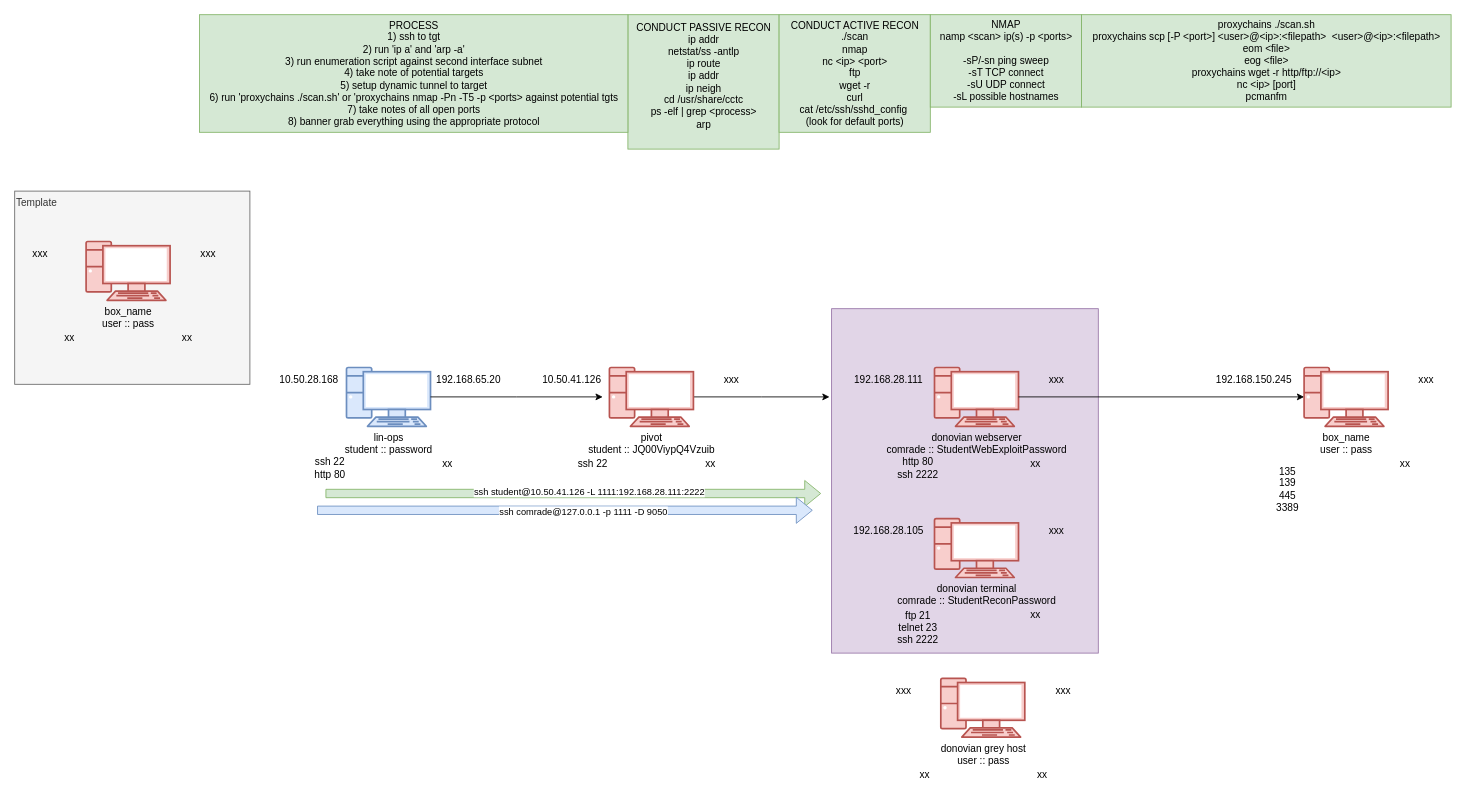
The draw.io diagram CCTC/SEC/Day_6/Exploit/Exploit.drawio in wifi96h/new, before the edit. Source tidied: cells renumbered, new cells numbered last; positions are measured from the earlier drawing's top-left corner, leaving out a move shared by most shapes. Both pictures are drawn from the tidied source at 84%, with x=0, y=0 at pixel (14, 14).
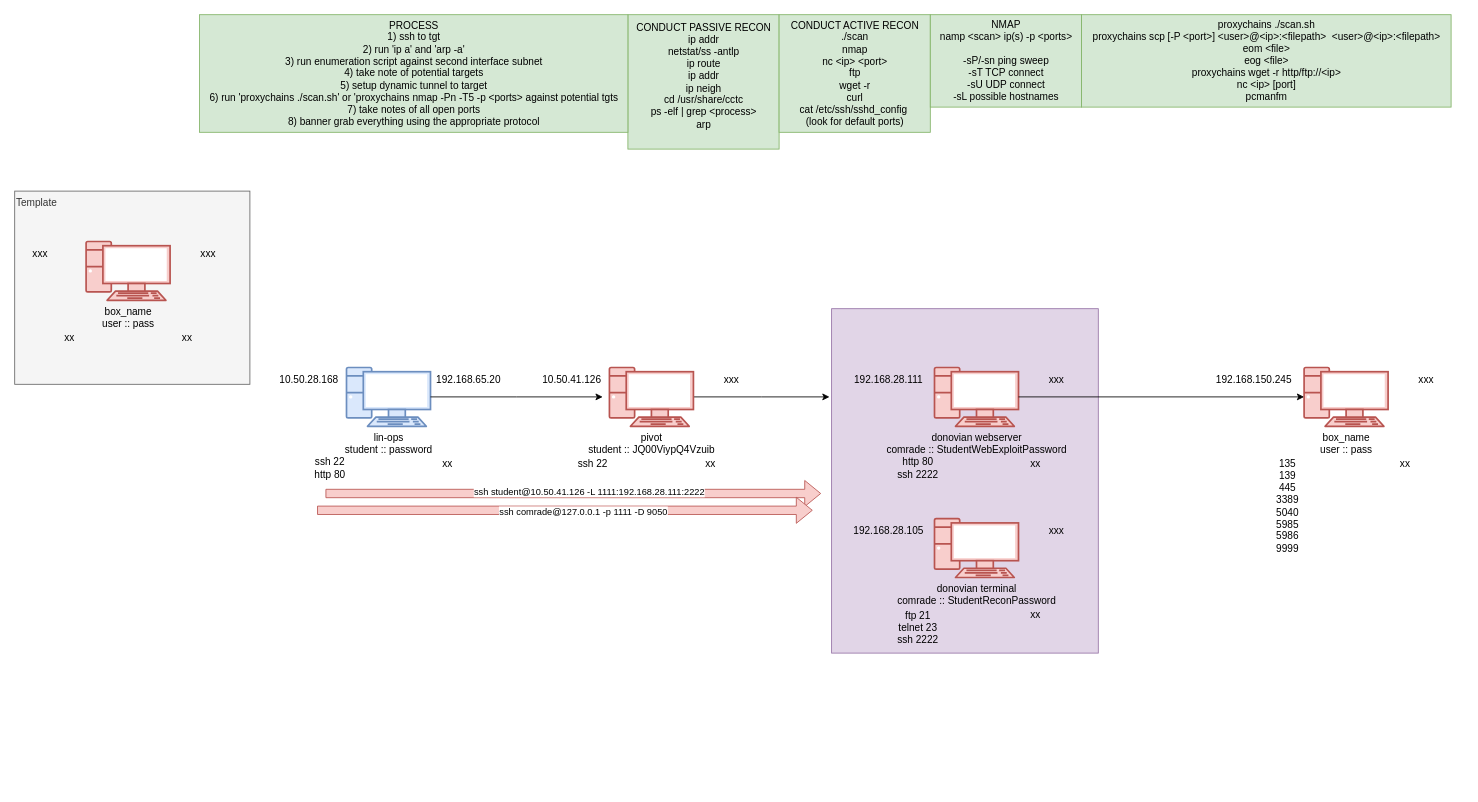
Above is the later version.

Change to the diagram source:
```diff
@@
-    <mxCell id="31" style="group;" parent="1" vertex="1">
-      <mxGeometry x="1067.5" y="770" width="225" height="150" as="geometry" />
-    </mxCell>
-    <mxCell id="32" style="group;" parent="31" vertex="1">
-      <mxGeometry y="20" width="225" height="130" as="geometry" />
-    </mxCell>
-    <mxCell id="33" value="&lt;div&gt;donovian grey host&lt;/div&gt;&lt;div&gt;user :: pass&lt;/div&gt;" style="verticalAlign=top;verticalLabelPosition=bottom;labelPosition=center;align=center;html=1;fillColor=#f8cecc;strokeColor=#b85450;gradientDirection=north;strokeWidth=2;shape=mxgraph.networks.pc;" parent="32" vertex="1">
-      <mxGeometry x="35" width="100" height="70" as="geometry" />
-    </mxCell>
-    <mxCell id="34" value="xx" style="text;html=1;align=center;verticalAlign=middle;strokeColor=none;fillColor=none;" parent="32" vertex="1">
-      <mxGeometry x="-5" y="100" width="40" height="30" as="geometry" />
-    </mxCell>
-    <mxCell id="35" value="xxx" style="text;html=1;align=center;verticalAlign=middle;strokeColor=none;fillColor=none;" parent="32" vertex="1">
-      <mxGeometry x="160" width="40" height="30" as="geometry" />
-    </mxCell>
-    <mxCell id="36" value="xxx" style="text;html=1;align=center;verticalAlign=middle;strokeColor=none;fillColor=none;" parent="32" vertex="1">
-      <mxGeometry x="-30" width="40" height="30" as="geometry" />
-    </mxCell>
-    <mxCell id="37" value="xx" style="text;html=1;align=center;verticalAlign=middle;strokeColor=none;fillColor=none;" parent="32" vertex="1">
-      <mxGeometry x="135" y="100" width="40" height="30" as="geometry" />
-    </mxCell>
@@
     <mxCell id="39" style="group;" parent="1" vertex="1">
-      <mxGeometry x="1420" y="400" width="305" height="170" as="geometry" />
+      <mxGeometry x="1420" y="400" width="305" height="230" as="geometry" />
     </mxCell>
     <mxCell id="40" style="group;" parent="39" vertex="1">
-      <mxGeometry x="80" width="225" height="170" as="geometry" />
+      <mxGeometry x="80" width="225" height="230" as="geometry" />
     </mxCell>
     <mxCell id="41" style="group;" parent="40" vertex="1">
-      <mxGeometry y="20" width="225" height="150" as="geometry" />
+      <mxGeometry y="20" width="225" height="210" as="geometry" />
     </mxCell>
@@
-    <mxCell id="43" value="135&lt;div&gt;139&lt;/div&gt;&lt;div&gt;445&lt;/div&gt;&lt;div&gt;3389&lt;/div&gt;" style="text;html=1;align=center;verticalAlign=middle;strokeColor=none;fillColor=none;" parent="41" vertex="1">
-      <mxGeometry x="-10" y="110" width="50" height="70" as="geometry" />
+    <mxCell id="43" value="135&lt;div&gt;139&lt;/div&gt;&lt;div&gt;445&lt;/div&gt;&lt;div&gt;3389&lt;/div&gt;&lt;div&gt;5040&lt;/div&gt;&lt;div&gt;5985&lt;/div&gt;&lt;div&gt;5986&lt;/div&gt;&lt;div&gt;9999&lt;/div&gt;" style="text;html=1;align=center;verticalAlign=middle;strokeColor=none;fillColor=none;" parent="41" vertex="1">
+      <mxGeometry x="-10" y="100" width="50" height="130" as="geometry" />
     </mxCell>
@@
-    <mxCell id="63" style="shape=flexArrow;endArrow=classic;html=1;rounded=0;fillColor=#d5e8d4;strokeColor=#82b366;" parent="1" edge="1">
+    <mxCell id="63" style="shape=flexArrow;endArrow=classic;html=1;rounded=0;fillColor=#f8cecc;strokeColor=#b85450;" parent="1" edge="1">
       <mxGeometry relative="1" as="geometry">
         <mxPoint x="370" y="570" as="sourcePoint" />
         <mxPoint x="960" y="570" as="targetPoint" />
       </mxGeometry>
     </mxCell>
@@
-    <mxCell id="65" style="shape=flexArrow;endArrow=classic;html=1;rounded=0;fillColor=#dae8fc;strokeColor=#6c8ebf;" parent="1" edge="1">
+    <mxCell id="65" style="shape=flexArrow;endArrow=classic;html=1;rounded=0;fillColor=#f8cecc;strokeColor=#b85450;" parent="1" edge="1">
       <mxGeometry relative="1" as="geometry">
         <mxPoint x="360" y="590" as="sourcePoint" />
         <mxPoint x="950" y="590" as="targetPoint" />
       </mxGeometry>
     </mxCell>
```
